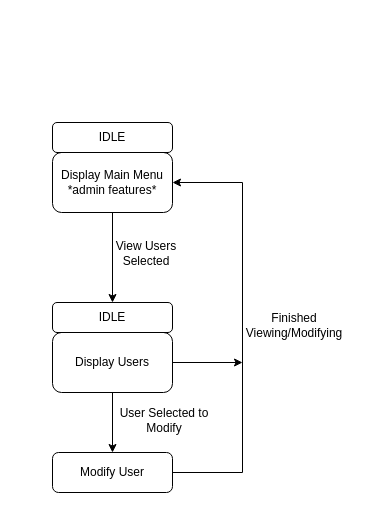
The draw.io diagram D6a-Statecharts/View Users Statechart.drawio in Glizzus/COMP-3700, before the edit. Source tidied: cells renumbered, new cells numbered last; positions are measured from the earlier drawing's top-left corner, leaving out a move shared by most shapes. Both pictures are drawn from the tidied source at 100%, with x=0, y=0 at pixel (52, 122).
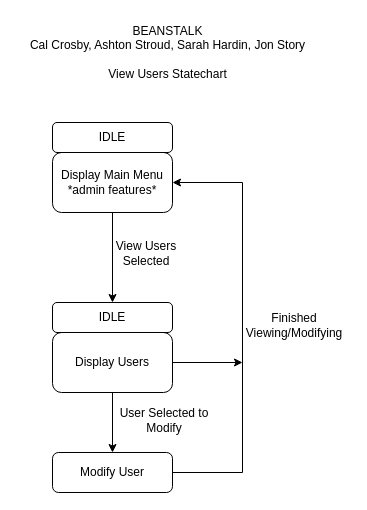
Above is the later version.

Diff of the diagram source:
```diff
@@
 <mxGraphModel>
   <root>
     <mxCell id="0" />
     <mxCell id="1" parent="0" />
     <mxCell id="2" value="Display Main Menu&lt;br&gt;*admin features*" style="rounded=1;whiteSpace=wrap;html=1;" parent="1" vertex="1">
       <mxGeometry y="30" width="120" height="60" as="geometry" />
     </mxCell>
     <mxCell id="3" value="IDLE" style="rounded=1;whiteSpace=wrap;html=1;" parent="1" vertex="1">
       <mxGeometry width="120" height="30" as="geometry" />
     </mxCell>
     <mxCell id="4" style="endArrow=classic;html=1;rounded=0;exitX=0.5;exitY=1;exitDx=0;exitDy=0;" parent="1" edge="1" source="2">
       <mxGeometry relative="1" as="geometry">
         <mxPoint x="60" y="180" as="targetPoint" />
       </mxGeometry>
     </mxCell>
     <mxCell id="5" value="View Users Selected" style="text;html=1;strokeColor=none;fillColor=none;align=center;verticalAlign=middle;whiteSpace=wrap;rounded=0;" parent="1" vertex="1">
       <mxGeometry x="39" y="116" width="110" height="30" as="geometry" />
     </mxCell>
     <mxCell id="6" value="Display Users" style="rounded=1;whiteSpace=wrap;html=1;" parent="1" vertex="1">
       <mxGeometry y="210" width="120" height="60" as="geometry" />
     </mxCell>
     <mxCell id="7" value="IDLE" style="rounded=1;whiteSpace=wrap;html=1;" parent="1" vertex="1">
       <mxGeometry y="180" width="120" height="30" as="geometry" />
     </mxCell>
     <mxCell id="8" style="endArrow=classic;html=1;rounded=0;exitX=0.5;exitY=1;exitDx=0;exitDy=0;entryX=0.5;entryY=0;entryDx=0;entryDy=0;" parent="1" edge="1" source="6" target="9">
       <mxGeometry relative="1" as="geometry" />
     </mxCell>
     <mxCell id="9" value="Modify User" style="rounded=1;whiteSpace=wrap;html=1;" parent="1" vertex="1">
       <mxGeometry y="330" width="120" height="40" as="geometry" />
     </mxCell>
     <mxCell id="10" value="User Selected to Modify" style="text;html=1;strokeColor=none;fillColor=none;align=center;verticalAlign=middle;whiteSpace=wrap;rounded=0;" parent="1" vertex="1">
       <mxGeometry x="57" y="283" width="110" height="30" as="geometry" />
     </mxCell>
     <mxCell id="11" style="endArrow=classic;html=1;rounded=0;exitX=1;exitY=0.5;exitDx=0;exitDy=0;entryX=1;entryY=0.5;entryDx=0;entryDy=0;" parent="1" edge="1" source="9" target="2">
       <mxGeometry relative="1" as="geometry">
         <Array as="points">
           <mxPoint x="190" y="350" />
           <mxPoint x="190" y="60" />
         </Array>
       </mxGeometry>
     </mxCell>
     <mxCell id="12" style="endArrow=classic;html=1;rounded=0;exitX=1;exitY=0.5;exitDx=0;exitDy=0;" parent="1" edge="1" source="6">
       <mxGeometry relative="1" as="geometry">
         <mxPoint x="190" y="240" as="targetPoint" />
       </mxGeometry>
     </mxCell>
     <mxCell id="13" value="Finished&lt;br&gt;Viewing/Modifying" style="text;html=1;strokeColor=none;fillColor=none;align=center;verticalAlign=middle;whiteSpace=wrap;rounded=0;" parent="1" vertex="1">
       <mxGeometry x="187" y="188" width="110" height="30" as="geometry" />
     </mxCell>
+    <mxCell id="14" value="BEANSTALK&lt;br&gt;Cal Crosby, Ashton Stroud, Sarah Hardin, Jon Story&lt;br&gt;&lt;br&gt;View Users Statechart" style="text;html=1;align=center;verticalAlign=middle;strokeColor=none;fillColor=none;" parent="1" vertex="1">
+      <mxGeometry x="-35" y="-105" width="300" height="70" as="geometry" />
+    </mxCell>
   </root>
 </mxGraphModel>
```
